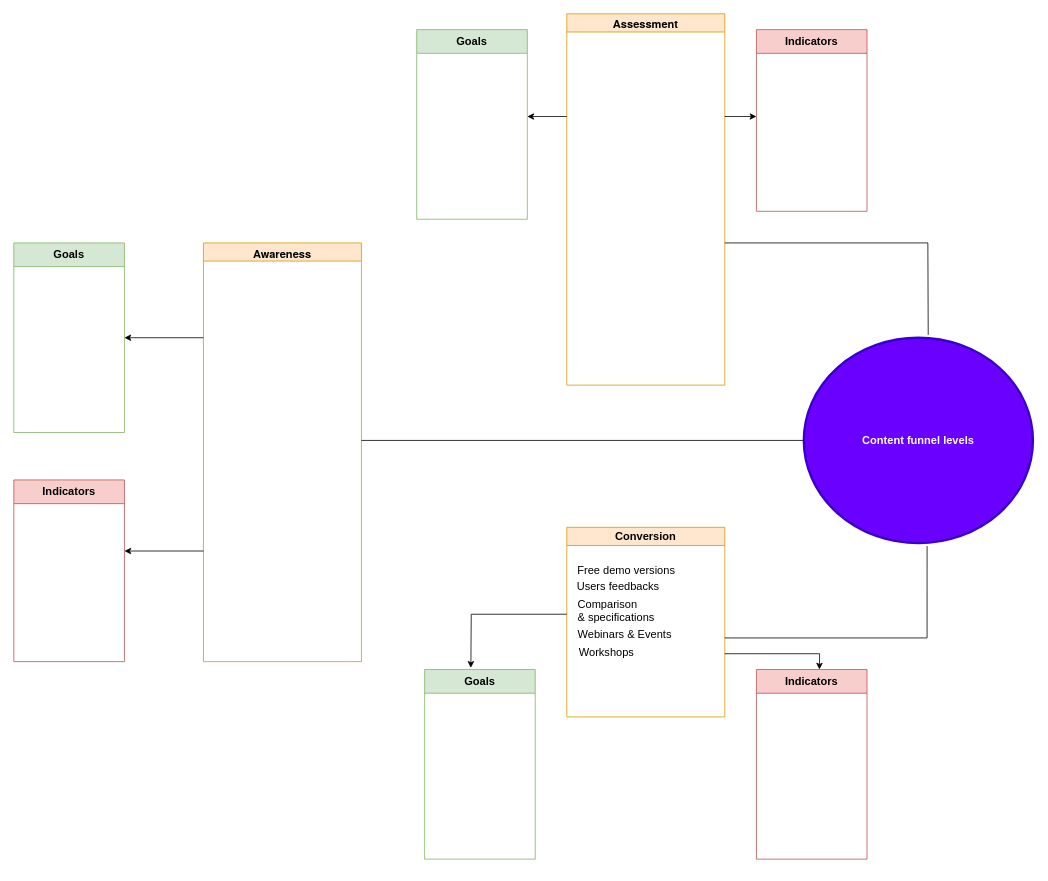
This is Content  marketing diagram.drawio from annastazi09/blog, a draw.io file, before an edit. Source tidied: cells renumbered, new cells numbered last; positions are measured from the earlier drawing's top-left corner, leaving out a move shared by most shapes. Both pictures are drawn from the tidied source at 79%, with x=0, y=0 at pixel (13, 13).
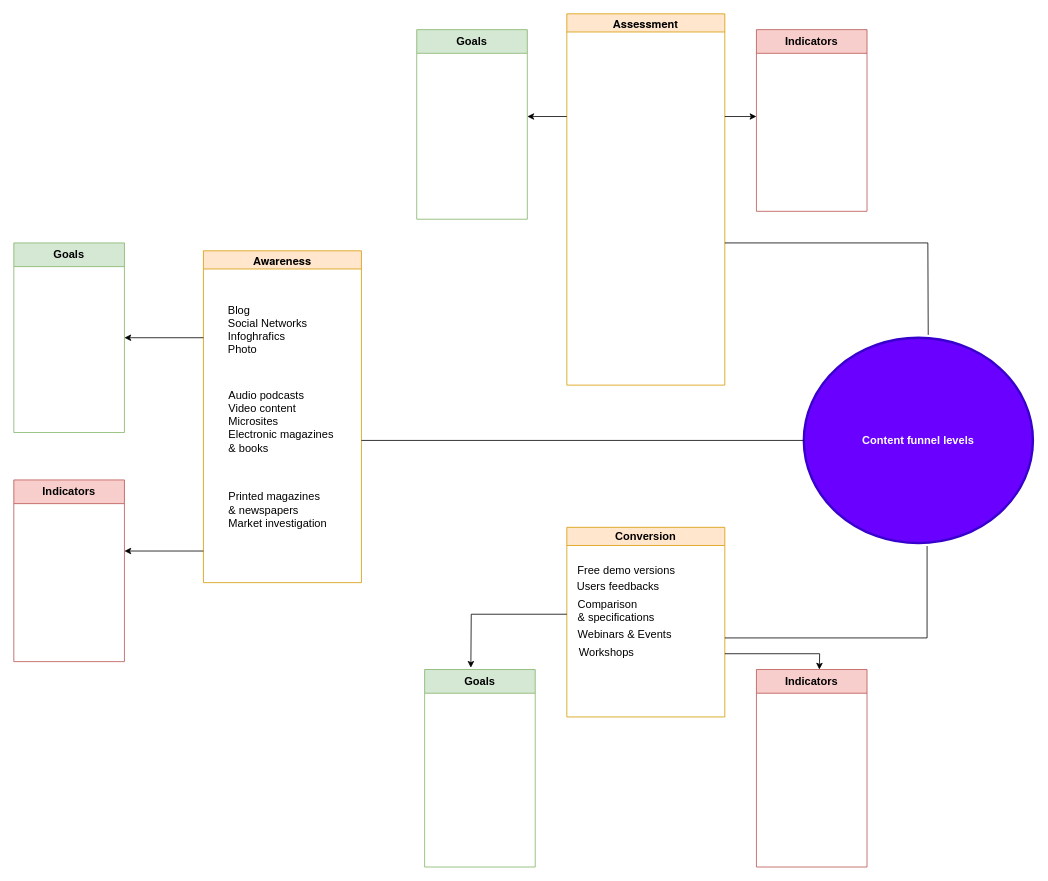
After the change.

What changed in the source:
```diff
@@
     <mxCell id="9" value="&lt;p style=&quot;margin: 0px; font-variant-numeric: normal; font-variant-east-asian: normal; font-stretch: normal; line-height: normal; font-family: &amp;quot;Helvetica Neue&amp;quot;; text-align: start;&quot; class=&quot;p1&quot;&gt;&lt;font style=&quot;font-size: 14px;&quot;&gt;Awareness&lt;/font&gt;&lt;/p&gt;" style="swimlane;whiteSpace=wrap;html=1;fillColor=#ffe6cc;strokeColor=#d79b00;" parent="1" vertex="1">
-      <mxGeometry x="240" y="290" width="200" height="530" as="geometry" />
+      <mxGeometry x="240" y="300" width="200" height="420" as="geometry" />
     </mxCell>
+    <mxCell id="26" value="&lt;div style=&quot;text-align: left;&quot;&gt;&lt;span style=&quot;background-color: initial;&quot;&gt;Blog&lt;/span&gt;&lt;/div&gt;&lt;font style=&quot;font-size: 14px;&quot;&gt;&lt;div style=&quot;text-align: left;&quot;&gt;&lt;span style=&quot;background-color: initial;&quot;&gt;Social Networks&lt;/span&gt;&lt;/div&gt;&lt;div style=&quot;text-align: left;&quot;&gt;&lt;font style=&quot;background-color: initial;&quot;&gt;Infoghrafic&lt;/font&gt;&lt;span style=&quot;background-color: initial;&quot;&gt;s&lt;/span&gt;&lt;/div&gt;&lt;div style=&quot;text-align: left;&quot;&gt;&lt;span style=&quot;background-color: initial;&quot;&gt;Photo&lt;/span&gt;&lt;/div&gt;&lt;/font&gt;" style="text;html=1;align=center;verticalAlign=middle;strokeColor=none;fillColor=none;fontSize=14;" parent="9" vertex="1">
+      <mxGeometry x="21" y="60" width="120" height="80" as="geometry" />
+    </mxCell>
+    <mxCell id="27" value="Audio podcasts&lt;br&gt;Video content&lt;br&gt;Microsites&lt;br&gt;Electronic magazines &lt;br&gt;&amp;amp; books" style="text;html=1;align=left;verticalAlign=middle;strokeColor=none;fillColor=none;fontSize=14;" parent="9" vertex="1">
+      <mxGeometry x="30" y="166" width="160" height="100" as="geometry" />
+    </mxCell>
+    <mxCell id="28" value="Printed magazines&amp;nbsp;&lt;br&gt;&amp;amp; newspapers&lt;br&gt;Market investigation" style="text;html=1;align=left;verticalAlign=middle;strokeColor=none;fillColor=none;fontSize=14;strokeWidth=1;" parent="9" vertex="1">
+      <mxGeometry x="30" y="298" width="150" height="60" as="geometry" />
+    </mxCell>
@@
     <mxCell id="18" value="&lt;b&gt;Goals&lt;/b&gt;" style="swimlane;fontStyle=0;horizontal=1;startSize=30;whiteSpace=wrap;html=1;strokeWidth=1;fontSize=14;fillColor=#d5e8d4;strokeColor=#82b366;" parent="1" vertex="1">
-      <mxGeometry x="520" y="830" width="140" height="240" as="geometry" />
+      <mxGeometry x="520" y="830" width="140" height="250" as="geometry" />
     </mxCell>
     <mxCell id="19" value="&lt;b&gt;Indicators&lt;/b&gt;" style="swimlane;fontStyle=0;horizontal=1;startSize=30;whiteSpace=wrap;html=1;strokeWidth=1;fontSize=14;fillColor=#f8cecc;strokeColor=#b85450;" parent="1" vertex="1">
-      <mxGeometry x="940" y="830" width="140" height="240" as="geometry" />
+      <mxGeometry x="940" y="830" width="140" height="250" as="geometry" />
     </mxCell>
```
